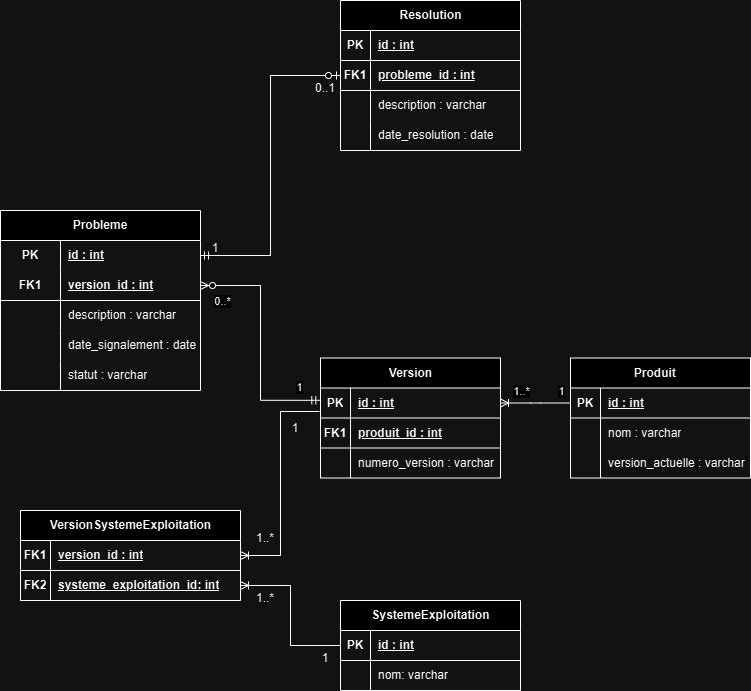
Above: P6.drawio.png in ClementBartholome/P6-Dotnet (draw.io), before the change. Source tidied: cells renumbered, new cells last; positions are measured from the earlier drawing's top-left corner, leaving out a move shared by most shapes.
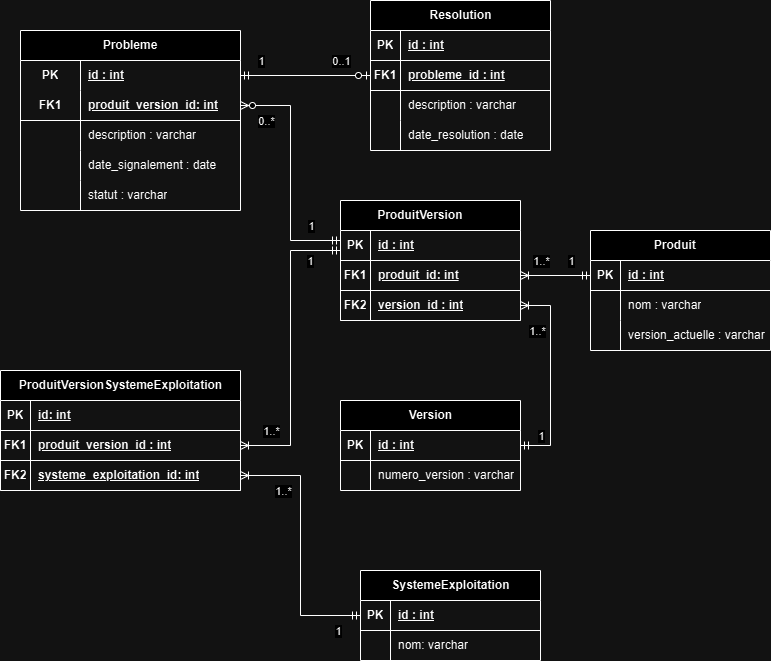
After the change.

Change to the diagram source:
```diff
@@ -5,6 +5,6 @@
     <mxCell id="2" value="Probleme" style="shape=table;startSize=30;rowLines=0;fontStyle=1;align=center;html=1;whiteSpace=wrap;" parent="1" vertex="1">
-      <mxGeometry y="210" width="200" height="180" as="geometry" />
+      <mxGeometry x="-10" y="30" width="220" height="180" as="geometry" />
     </mxCell>
     <mxCell id="3" style="shape=tableRow;horizontal=0;startSize=0;swimlaneHead=0;swimlaneBody=0;fillColor=none;points=[[0,0.5],[1,0.5]];portConstraint=eastwest;top=0;left=0;right=0;bottom=0;html=1;" parent="2" vertex="1">
-      <mxGeometry y="30" width="200" height="30" as="geometry" />
+      <mxGeometry y="30" width="220" height="30" as="geometry" />
     </mxCell>
@@ -14,6 +14,6 @@
     <mxCell id="5" value="id : int" style="shape=partialRectangle;fillColor=none;top=0;left=0;bottom=0;right=0;align=left;spacingLeft=6;fontStyle=5;overflow=hidden;html=1;whiteSpace=wrap;" parent="3" vertex="1">
-      <mxGeometry x="60" width="140" height="30" as="geometry" />
+      <mxGeometry x="60" width="160" height="30" as="geometry" />
     </mxCell>
     <mxCell id="6" style="shape=tableRow;horizontal=0;startSize=0;swimlaneHead=0;swimlaneBody=0;fillColor=none;points=[[0,0.5],[1,0.5]];portConstraint=eastwest;top=0;left=0;right=0;bottom=1;html=1;" parent="2" vertex="1">
-      <mxGeometry y="60" width="200" height="30" as="geometry" />
+      <mxGeometry y="60" width="220" height="30" as="geometry" />
     </mxCell>
@@ -22,7 +22,7 @@
     </mxCell>
-    <mxCell id="8" value="version_id : int" style="shape=partialRectangle;fillColor=none;top=0;left=0;bottom=0;right=0;align=left;spacingLeft=6;fontStyle=5;overflow=hidden;html=1;whiteSpace=wrap;" parent="6" vertex="1">
-      <mxGeometry x="60" width="140" height="30" as="geometry" />
+    <mxCell id="8" value="produit_version_id: int" style="shape=partialRectangle;fillColor=none;top=0;left=0;bottom=0;right=0;align=left;spacingLeft=6;fontStyle=5;overflow=hidden;html=1;whiteSpace=wrap;" parent="6" vertex="1">
+      <mxGeometry x="60" width="160" height="30" as="geometry" />
     </mxCell>
     <mxCell id="9" style="shape=tableRow;horizontal=0;startSize=0;swimlaneHead=0;swimlaneBody=0;fillColor=none;top=0;left=0;right=0;bottom=0;html=1;" parent="2" vertex="1">
-      <mxGeometry y="90" width="200" height="30" as="geometry" />
+      <mxGeometry y="90" width="220" height="30" as="geometry" />
     </mxCell>
@@ -32,6 +32,6 @@
     <mxCell id="11" value="description : varchar" style="shape=partialRectangle;fillColor=none;top=0;left=0;bottom=0;right=0;align=left;spacingLeft=6;overflow=hidden;html=1;whiteSpace=wrap;" parent="9" vertex="1">
-      <mxGeometry x="60" width="140" height="30" as="geometry" />
+      <mxGeometry x="60" width="160" height="30" as="geometry" />
     </mxCell>
     <mxCell id="12" style="shape=tableRow;horizontal=0;startSize=0;swimlaneHead=0;swimlaneBody=0;fillColor=none;top=0;left=0;right=0;bottom=0;html=1;" parent="2" vertex="1">
-      <mxGeometry y="120" width="200" height="30" as="geometry" />
+      <mxGeometry y="120" width="220" height="30" as="geometry" />
     </mxCell>
@@ -41,6 +41,6 @@
     <mxCell id="14" value="date_signalement : date" style="shape=partialRectangle;fillColor=none;top=0;left=0;bottom=0;right=0;align=left;spacingLeft=6;overflow=hidden;html=1;whiteSpace=wrap;" parent="12" vertex="1">
-      <mxGeometry x="60" width="140" height="30" as="geometry" />
+      <mxGeometry x="60" width="160" height="30" as="geometry" />
     </mxCell>
     <mxCell id="15" style="shape=tableRow;horizontal=0;startSize=0;swimlaneHead=0;swimlaneBody=0;fillColor=none;top=0;left=0;right=0;bottom=0;html=1;" parent="2" vertex="1">
-      <mxGeometry y="150" width="200" height="30" as="geometry" />
+      <mxGeometry y="150" width="220" height="30" as="geometry" />
     </mxCell>
@@ -50,6 +50,6 @@
     <mxCell id="17" value="statut : varchar" style="shape=partialRectangle;fillColor=none;top=0;left=0;bottom=0;right=0;align=left;spacingLeft=6;overflow=hidden;html=1;whiteSpace=wrap;" parent="15" vertex="1">
-      <mxGeometry x="60" width="140" height="30" as="geometry" />
+      <mxGeometry x="60" width="160" height="30" as="geometry" />
     </mxCell>
     <mxCell id="18" value="Produit&lt;span style=&quot;white-space: pre;&quot;&gt;&#9;&lt;/span&gt;" style="shape=table;startSize=30;rowLines=0;fontStyle=1;align=center;html=1;" parent="1" vertex="1">
-      <mxGeometry x="570" y="357.5" width="180" height="120" as="geometry" />
+      <mxGeometry x="560" y="230" width="180" height="120" as="geometry" />
     </mxCell>
@@ -121,13 +121,17 @@
     </mxCell>
-    <mxCell id="41" style="edgeStyle=orthogonalEdgeStyle;fontSize=12;html=1;endArrow=ERzeroToOne;startArrow=ERmandOne;rounded=0;entryX=0;entryY=0.5;entryDx=0;entryDy=0;" parent="1" edge="1" source="3" target="32">
+    <mxCell id="41" style="edgeStyle=orthogonalEdgeStyle;fontSize=12;html=1;endArrow=ERzeroToOne;startArrow=ERmandOne;rounded=0;" parent="1" edge="1" source="3" target="32">
       <mxGeometry relative="1" as="geometry" />
     </mxCell>
-    <mxCell id="42" value="1" style="text;strokeColor=none;align=center;fillColor=none;html=1;verticalAlign=middle;whiteSpace=wrap;rounded=0;" parent="1" vertex="1">
-      <mxGeometry x="200" y="240" width="30" height="15" as="geometry" />
-    </mxCell>
+    <mxCell id="80" value="1" style="edgeLabel;html=1;align=center;verticalAlign=middle;" parent="41" vertex="1">
+      <mxGeometry x="-0.79" y="-1" relative="1" as="geometry">
+        <mxPoint x="7" y="-16" as="offset" />
+      </mxGeometry>
+    </mxCell>
-    <mxCell id="43" value="0..1" style="text;strokeColor=none;align=center;fillColor=none;html=1;verticalAlign=middle;whiteSpace=wrap;rounded=0;" parent="1" vertex="1">
-      <mxGeometry x="310" y="80" width="30" height="15" as="geometry" />
+    <mxCell id="43" value="0..1" style="edgeLabel;html=1;align=center;verticalAlign=middle;" parent="41" vertex="1">
+      <mxGeometry x="0.72" y="-1" relative="1" as="geometry">
+        <mxPoint x="-12" y="-16" as="offset" />
+      </mxGeometry>
     </mxCell>
     <mxCell id="44" value="Version" style="shape=table;startSize=30;rowLines=0;fontStyle=1;align=center;html=1;" parent="1" vertex="1">
-      <mxGeometry x="320" y="357.5" width="180" height="120" as="geometry" />
+      <mxGeometry x="310" y="400" width="180" height="90" as="geometry" />
     </mxCell>
@@ -142,13 +146,4 @@
     </mxCell>
-    <mxCell id="48" style="shape=tableRow;horizontal=0;startSize=0;swimlaneHead=0;swimlaneBody=0;fillColor=none;points=[[0,0.5],[1,0.5]];portConstraint=eastwest;top=0;left=0;right=0;bottom=1;" parent="44" vertex="1">
-      <mxGeometry y="60" width="180" height="30" as="geometry" />
-    </mxCell>
-    <mxCell id="49" value="FK1" style="shape=partialRectangle;fillColor=none;top=0;left=0;bottom=0;right=0;fontStyle=1;overflow=hidden;whiteSpace=wrap;html=1;" parent="48" vertex="1">
-      <mxGeometry width="30" height="30" as="geometry" />
-    </mxCell>
-    <mxCell id="50" value="produit_id : int" style="shape=partialRectangle;fillColor=none;top=0;left=0;bottom=0;right=0;align=left;spacingLeft=6;fontStyle=5;overflow=hidden;whiteSpace=wrap;html=1;" parent="48" vertex="1">
-      <mxGeometry x="30" width="150" height="30" as="geometry" />
-    </mxCell>
     <mxCell id="51" style="shape=tableRow;horizontal=0;startSize=0;swimlaneHead=0;swimlaneBody=0;fillColor=none;top=0;left=0;right=0;bottom=0;" parent="44" vertex="1">
-      <mxGeometry y="90" width="180" height="30" as="geometry" />
+      <mxGeometry y="60" width="180" height="30" as="geometry" />
     </mxCell>
@@ -160,20 +155,16 @@
     </mxCell>
-    <mxCell id="54" style="edgeStyle=entityRelationEdgeStyle;fontSize=12;html=1;endArrow=ERoneToMany;rounded=0;" parent="1" edge="1" source="19" target="45">
-      <mxGeometry relative="1" as="geometry" />
-    </mxCell>
-    <mxCell id="55" value="1" style="edgeLabel;html=1;align=center;verticalAlign=middle;" parent="54" vertex="1">
-      <mxGeometry x="-0.87" y="-2" relative="1" as="geometry">
-        <mxPoint x="-5" y="-10" as="offset" />
-      </mxGeometry>
-    </mxCell>
-    <mxCell id="56" value="1..*" style="edgeLabel;html=1;align=center;verticalAlign=middle;" parent="54" vertex="1">
-      <mxGeometry x="0.62" y="-1" relative="1" as="geometry">
-        <mxPoint x="7" y="-11" as="offset" />
-      </mxGeometry>
-    </mxCell>
-    <mxCell id="57" value="VersionSystemeExploitation" style="shape=table;startSize=30;rowLines=0;fontStyle=1;align=center;html=1;" parent="1" vertex="1">
-      <mxGeometry x="20" y="510" width="220" height="90" as="geometry" />
+    <mxCell id="57" value="ProduitVersionSystemeExploitation" style="shape=table;startSize=30;rowLines=0;fontStyle=1;align=center;html=1;" parent="1" vertex="1">
+      <mxGeometry x="-30" y="370" width="240" height="120" as="geometry" />
     </mxCell>
+    <mxCell id="81" style="shape=tableRow;horizontal=0;startSize=0;swimlaneHead=0;swimlaneBody=0;fillColor=none;top=0;left=0;right=0;bottom=1;" parent="57" vertex="1">
+      <mxGeometry y="30" width="240" height="30" as="geometry" />
+    </mxCell>
+    <mxCell id="82" value="PK" style="shape=partialRectangle;fillColor=none;top=0;left=0;bottom=0;right=0;fontStyle=1;overflow=hidden;whiteSpace=wrap;html=1;" parent="81" vertex="1">
+      <mxGeometry width="30" height="30" as="geometry" />
+    </mxCell>
+    <mxCell id="83" value="id: int" style="shape=partialRectangle;fillColor=none;top=0;left=0;bottom=0;right=0;align=left;spacingLeft=6;fontStyle=5;overflow=hidden;whiteSpace=wrap;html=1;" parent="81" vertex="1">
+      <mxGeometry x="30" width="210" height="30" as="geometry" />
+    </mxCell>
     <mxCell id="58" style="shape=tableRow;horizontal=0;startSize=0;swimlaneHead=0;swimlaneBody=0;fillColor=none;points=[[0,0.5],[1,0.5]];portConstraint=eastwest;top=0;left=0;right=0;bottom=1;" parent="57" vertex="1">
-      <mxGeometry y="30" width="220" height="30" as="geometry" />
+      <mxGeometry y="60" width="240" height="30" as="geometry" />
     </mxCell>
@@ -182,7 +173,7 @@
     </mxCell>
-    <mxCell id="60" value="version_id : int" style="shape=partialRectangle;fillColor=none;top=0;left=0;bottom=0;right=0;align=left;spacingLeft=6;fontStyle=5;overflow=hidden;whiteSpace=wrap;html=1;" parent="58" vertex="1">
-      <mxGeometry x="30" width="190" height="30" as="geometry" />
+    <mxCell id="60" value="produit_version_id : int" style="shape=partialRectangle;fillColor=none;top=0;left=0;bottom=0;right=0;align=left;spacingLeft=6;fontStyle=5;overflow=hidden;whiteSpace=wrap;html=1;" parent="58" vertex="1">
+      <mxGeometry x="30" width="210" height="30" as="geometry" />
     </mxCell>
     <mxCell id="61" style="shape=tableRow;horizontal=0;startSize=0;swimlaneHead=0;swimlaneBody=0;fillColor=none;points=[[0,0.5],[1,0.5]];portConstraint=eastwest;top=0;left=0;right=0;bottom=1;" parent="57" vertex="1">
-      <mxGeometry y="60" width="220" height="30" as="geometry" />
+      <mxGeometry y="90" width="240" height="30" as="geometry" />
     </mxCell>
@@ -192,6 +183,6 @@
     <mxCell id="63" value="systeme_exploitation_id: int" style="shape=partialRectangle;fillColor=none;top=0;left=0;bottom=0;right=0;align=left;spacingLeft=6;fontStyle=5;overflow=hidden;whiteSpace=wrap;html=1;" parent="61" vertex="1">
-      <mxGeometry x="30" width="190" height="30" as="geometry" />
+      <mxGeometry x="30" width="210" height="30" as="geometry" />
     </mxCell>
     <mxCell id="64" value="SystemeExploitation" style="shape=table;startSize=30;rowLines=0;fontStyle=1;align=center;html=1;" parent="1" vertex="1">
-      <mxGeometry x="340" y="600" width="180" height="90" as="geometry" />
+      <mxGeometry x="330" y="570" width="180" height="90" as="geometry" />
     </mxCell>
@@ -215,22 +206,40 @@
     </mxCell>
-    <mxCell id="71" style="edgeStyle=orthogonalEdgeStyle;fontSize=12;html=1;endArrow=ERoneToMany;rounded=0;exitX=-0.006;exitY=0.783;exitDx=0;exitDy=0;entryX=1;entryY=0.5;entryDx=0;entryDy=0;exitPerimeter=0;" parent="1" edge="1" source="45" target="58">
-      <mxGeometry relative="1" as="geometry" />
+    <mxCell id="71" style="edgeStyle=orthogonalEdgeStyle;fontSize=12;html=1;endArrow=ERoneToMany;rounded=0;startArrow=ERmandOne;startFill=0;" parent="1" edge="1" source="89" target="58">
+      <mxGeometry relative="1" as="geometry">
+        <Array as="points">
+          <mxPoint x="260" y="250" />
+          <mxPoint x="260" y="445" />
+        </Array>
+      </mxGeometry>
     </mxCell>
-    <mxCell id="72" value="1..*" style="text;strokeColor=none;align=center;fillColor=none;html=1;verticalAlign=middle;whiteSpace=wrap;rounded=0;" parent="1" vertex="1">
-      <mxGeometry x="250" y="530" width="30" height="15" as="geometry" />
-    </mxCell>
-    <mxCell id="73" value="1" style="text;strokeColor=none;align=center;fillColor=none;html=1;verticalAlign=middle;whiteSpace=wrap;rounded=0;" parent="1" vertex="1">
-      <mxGeometry x="280" y="420" width="30" height="15" as="geometry" />
-    </mxCell>
+    <mxCell id="84" value="1..*" style="edgeLabel;html=1;align=center;verticalAlign=middle;" parent="71" vertex="1">
+      <mxGeometry x="0.78" y="3" relative="1" as="geometry">
+        <mxPoint x="-2" y="-18" as="offset" />
+      </mxGeometry>
+    </mxCell>
+    <mxCell id="85" value="1" style="edgeLabel;html=1;align=center;verticalAlign=middle;" parent="71" vertex="1">
+      <mxGeometry x="-0.83" y="2" relative="1" as="geometry">
+        <mxPoint x="-6" y="8" as="offset" />
+      </mxGeometry>
+    </mxCell>
-    <mxCell id="74" style="edgeStyle=orthogonalEdgeStyle;fontSize=12;html=1;endArrow=ERoneToMany;rounded=0;exitX=0;exitY=0.5;exitDx=0;exitDy=0;entryX=1;entryY=0.5;entryDx=0;entryDy=0;" parent="1" edge="1" source="64" target="61">
+    <mxCell id="74" style="edgeStyle=orthogonalEdgeStyle;fontSize=12;html=1;endArrow=ERoneToMany;rounded=0;startArrow=ERmandOne;startFill=0;" parent="1" edge="1" source="65" target="61">
       <mxGeometry relative="1" as="geometry" />
     </mxCell>
-    <mxCell id="75" value="1..*" style="text;strokeColor=none;align=center;fillColor=none;html=1;verticalAlign=middle;whiteSpace=wrap;rounded=0;" parent="1" vertex="1">
-      <mxGeometry x="250" y="590" width="30" height="15" as="geometry" />
-    </mxCell>
-    <mxCell id="76" value="1" style="text;strokeColor=none;align=center;fillColor=none;html=1;verticalAlign=middle;whiteSpace=wrap;rounded=0;" parent="1" vertex="1">
-      <mxGeometry x="310" y="650" width="30" height="15" as="geometry" />
-    </mxCell>
+    <mxCell id="86" value="1" style="edgeLabel;html=1;align=center;verticalAlign=middle;" parent="74" vertex="1">
+      <mxGeometry x="-0.82" relative="1" as="geometry">
+        <mxPoint y="15" as="offset" />
+      </mxGeometry>
+    </mxCell>
+    <mxCell id="87" value="1..*" style="edgeLabel;html=1;align=center;verticalAlign=middle;" parent="74" vertex="1">
+      <mxGeometry x="0.56" relative="1" as="geometry">
+        <mxPoint x="-15" y="15" as="offset" />
+      </mxGeometry>
+    </mxCell>
-    <mxCell id="77" style="edgeStyle=orthogonalEdgeStyle;fontSize=12;html=1;endArrow=ERzeroToMany;startArrow=ERmandOne;rounded=0;exitX=-0.004;exitY=0.41;exitDx=0;exitDy=0;exitPerimeter=0;" parent="1" edge="1" source="45" target="6">
-      <mxGeometry relative="1" as="geometry" />
+    <mxCell id="77" style="edgeStyle=orthogonalEdgeStyle;fontSize=12;html=1;endArrow=ERzeroToMany;startArrow=ERmandOne;rounded=0;" parent="1" edge="1" source="89" target="6">
+      <mxGeometry relative="1" as="geometry">
+        <Array as="points">
+          <mxPoint x="260" y="240" />
+          <mxPoint x="260" y="105" />
+        </Array>
+      </mxGeometry>
     </mxCell>
@@ -238,3 +247,3 @@
       <mxGeometry x="0.73" relative="1" as="geometry">
-        <mxPoint x="-10" y="15" as="offset" />
+        <mxPoint x="-7" y="15" as="offset" />
       </mxGeometry>
@@ -243,5 +252,61 @@
       <mxGeometry x="-0.76" y="2" relative="1" as="geometry">
-        <mxPoint x="7" y="-15" as="offset" />
+        <mxPoint x="-2" y="-17" as="offset" />
       </mxGeometry>
     </mxCell>
+    <mxCell id="88" value="ProduitVersion&lt;span style=&quot;white-space: pre;&quot;&gt;&#9;&lt;/span&gt;" style="shape=table;startSize=30;rowLines=0;fontStyle=1;align=center;html=1;" parent="1" vertex="1">
+      <mxGeometry x="310" y="200" width="180" height="120" as="geometry" />
+    </mxCell>
+    <mxCell id="89" style="shape=tableRow;horizontal=0;startSize=0;swimlaneHead=0;swimlaneBody=0;fillColor=none;points=[[0,0.5],[1,0.5]];portConstraint=eastwest;top=0;left=0;right=0;bottom=1;" parent="88" vertex="1">
+      <mxGeometry y="30" width="180" height="30" as="geometry" />
+    </mxCell>
+    <mxCell id="90" value="PK" style="shape=partialRectangle;fillColor=none;top=0;left=0;bottom=0;right=0;fontStyle=1;overflow=hidden;whiteSpace=wrap;html=1;" parent="89" vertex="1">
+      <mxGeometry width="30" height="30" as="geometry" />
+    </mxCell>
+    <mxCell id="91" value="id : int" style="shape=partialRectangle;fillColor=none;top=0;left=0;bottom=0;right=0;align=left;spacingLeft=6;fontStyle=5;overflow=hidden;whiteSpace=wrap;html=1;" parent="89" vertex="1">
+      <mxGeometry x="30" width="150" height="30" as="geometry" />
+    </mxCell>
+    <mxCell id="48" style="shape=tableRow;horizontal=0;startSize=0;swimlaneHead=0;swimlaneBody=0;fillColor=none;points=[[0,0.5],[1,0.5]];portConstraint=eastwest;top=0;left=0;right=0;bottom=1;" parent="88" vertex="1">
+      <mxGeometry y="60" width="180" height="30" as="geometry" />
+    </mxCell>
+    <mxCell id="49" value="FK1" style="shape=partialRectangle;fillColor=none;top=0;left=0;bottom=0;right=0;fontStyle=1;overflow=hidden;whiteSpace=wrap;html=1;" parent="48" vertex="1">
+      <mxGeometry width="30" height="30" as="geometry" />
+    </mxCell>
+    <mxCell id="92" value="produit_id: int" style="shape=partialRectangle;fillColor=none;top=0;left=0;bottom=0;right=0;align=left;spacingLeft=6;fontStyle=5;overflow=hidden;whiteSpace=wrap;html=1;" parent="48" vertex="1">
+      <mxGeometry x="30" width="150" height="30" as="geometry" />
+    </mxCell>
+    <mxCell id="93" style="shape=tableRow;horizontal=0;startSize=0;swimlaneHead=0;swimlaneBody=0;fillColor=none;points=[[0,0.5],[1,0.5]];portConstraint=eastwest;top=0;left=0;right=0;bottom=1;" parent="88" vertex="1">
+      <mxGeometry y="90" width="180" height="30" as="geometry" />
+    </mxCell>
+    <mxCell id="94" value="FK2" style="shape=partialRectangle;fillColor=none;top=0;left=0;bottom=0;right=0;fontStyle=1;overflow=hidden;whiteSpace=wrap;html=1;" parent="93" vertex="1">
+      <mxGeometry width="30" height="30" as="geometry" />
+    </mxCell>
+    <mxCell id="95" value="version_id : int" style="shape=partialRectangle;fillColor=none;top=0;left=0;bottom=0;right=0;align=left;spacingLeft=6;fontStyle=5;overflow=hidden;whiteSpace=wrap;html=1;" parent="93" vertex="1">
+      <mxGeometry x="30" width="150" height="30" as="geometry" />
+    </mxCell>
+    <mxCell id="96" style="edgeStyle=orthogonalEdgeStyle;fontSize=12;html=1;endArrow=ERoneToMany;startArrow=ERmandOne;rounded=0;" parent="1" edge="1" source="19" target="48">
+      <mxGeometry relative="1" as="geometry" />
+    </mxCell>
+    <mxCell id="97" value="1" style="edgeLabel;html=1;align=center;verticalAlign=middle;" parent="96" vertex="1">
+      <mxGeometry x="-0.6" relative="1" as="geometry">
+        <mxPoint x="-6" y="-15" as="offset" />
+      </mxGeometry>
+    </mxCell>
+    <mxCell id="98" value="1..*" style="edgeLabel;html=1;align=center;verticalAlign=middle;" parent="96" vertex="1">
+      <mxGeometry x="0.45" relative="1" as="geometry">
+        <mxPoint x="1" y="-15" as="offset" />
+      </mxGeometry>
+    </mxCell>
+    <mxCell id="99" style="edgeStyle=entityRelationEdgeStyle;fontSize=12;html=1;endArrow=ERoneToMany;startArrow=ERmandOne;rounded=0;" parent="1" edge="1" source="45" target="93">
+      <mxGeometry relative="1" as="geometry" />
+    </mxCell>
+    <mxCell id="100" value="1..*" style="edgeLabel;html=1;align=center;verticalAlign=middle;" parent="99" vertex="1">
+      <mxGeometry x="0.77" y="-1" relative="1" as="geometry">
+        <mxPoint x="-7" y="26" as="offset" />
+      </mxGeometry>
+    </mxCell>
+    <mxCell id="101" value="1" style="edgeLabel;html=1;align=center;verticalAlign=middle;" parent="99" vertex="1">
+      <mxGeometry x="-0.7" y="1" relative="1" as="geometry">
+        <mxPoint x="-9" y="-10" as="offset" />
+      </mxGeometry>
+    </mxCell>
   </root>
```
